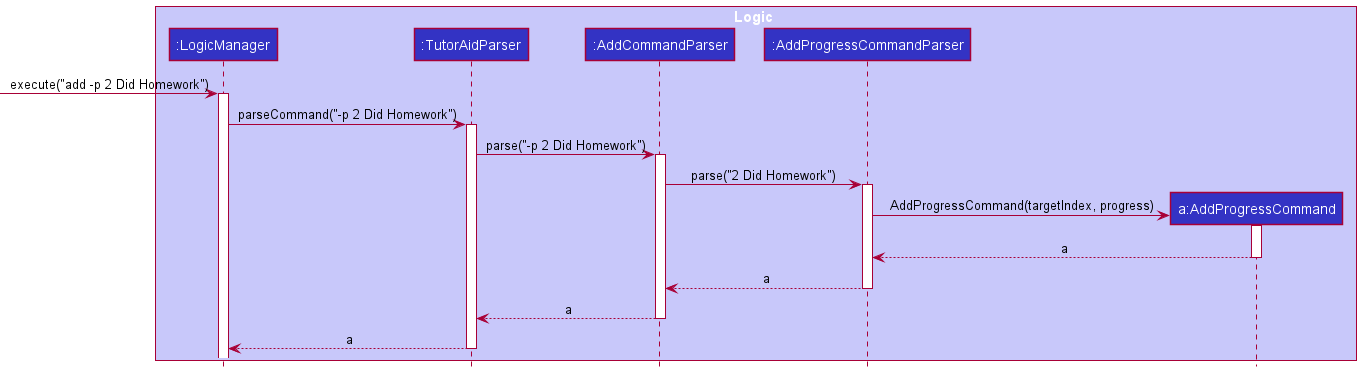
This is docs/images/ParseAddProgressSequenceDiagram.png from nus-cs2103-AY2122S1/tp, a PlantUML export, as it was before one commit.
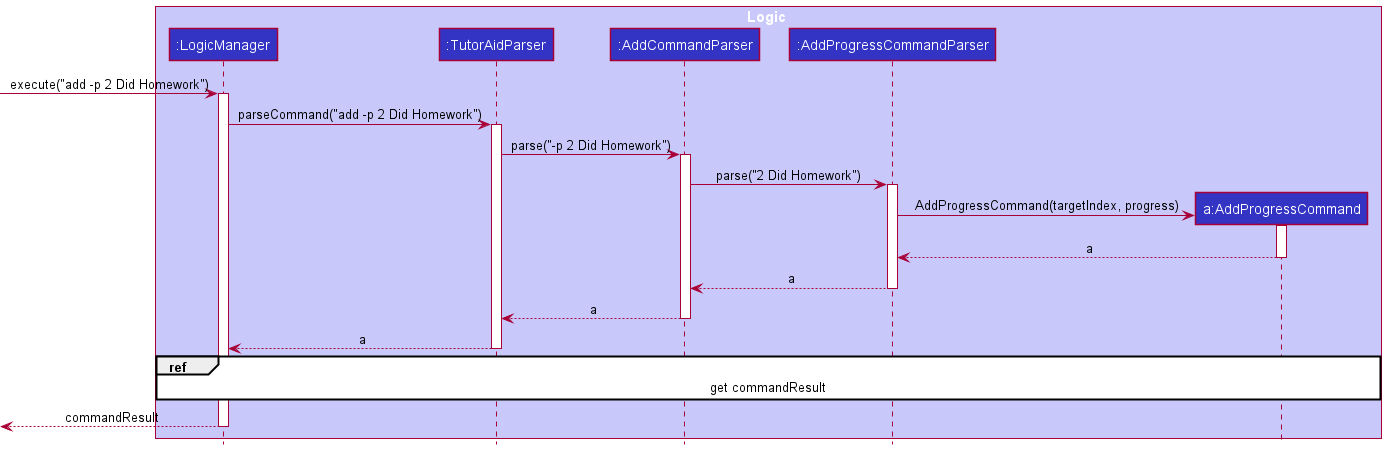
Later version of the same file.

Commit message:
Update DG to include Sequence Diagram for Adding Students to Lessons

Diff of the diagram source:
```diff
@@ -12,7 +12,7 @@
 [-> LogicManager : execute("add -p 2 Did Homework")
 activate LogicManager
 
-LogicManager -> TutorAidParser : parseCommand("-p 2 Did Homework")
+LogicManager -> TutorAidParser : parseCommand("add -p 2 Did Homework")
 activate TutorAidParser
 
 TutorAidParser -> AddCommandParser : parse("-p 2 Did Homework")
@@ -35,4 +35,8 @@
 
 LogicManager <-- TutorAidParser : a
 deactivate TutorAidParser
+
+ref over LogicManager, AddProgressCommand : get commandResult
+<-- LogicManager : commandResult
+deactivate LogicManager
 @enduml
```
